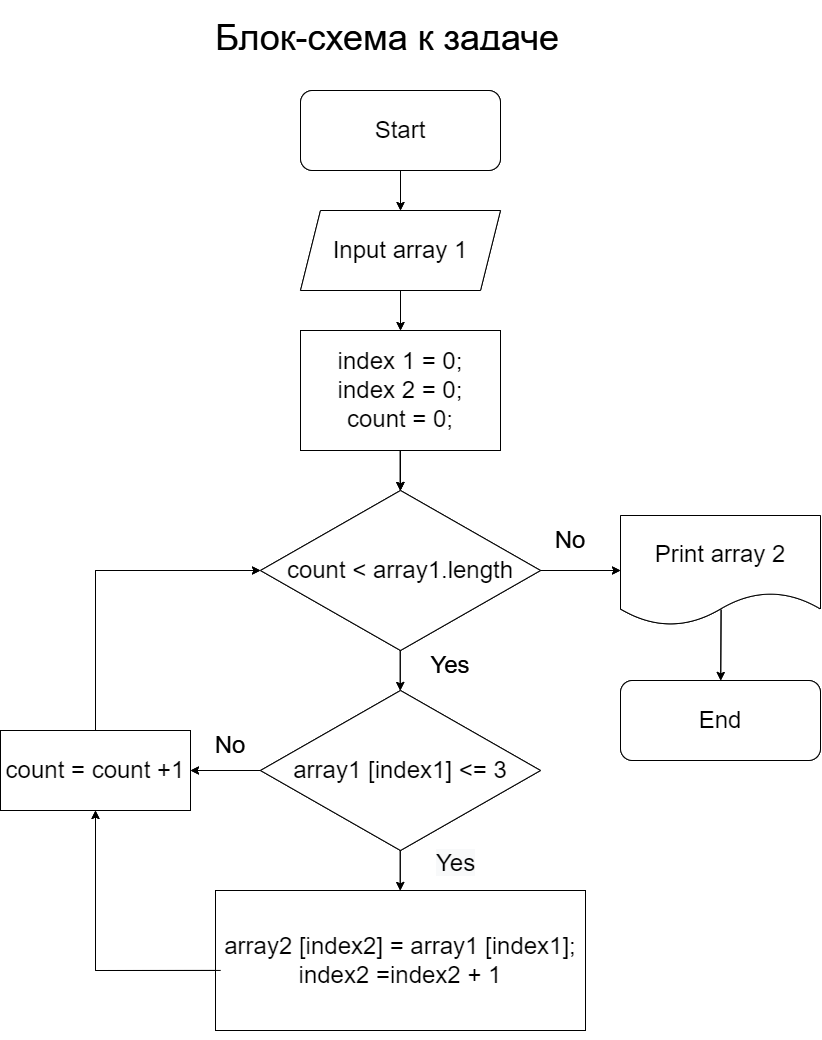
Above: blocks-diagram.png in NesterovEvgeniy/Exam (draw.io), before the change. Source tidied: cells renumbered, new cells last; positions are measured from the earlier drawing's top-left corner, leaving out a move shared by most shapes.
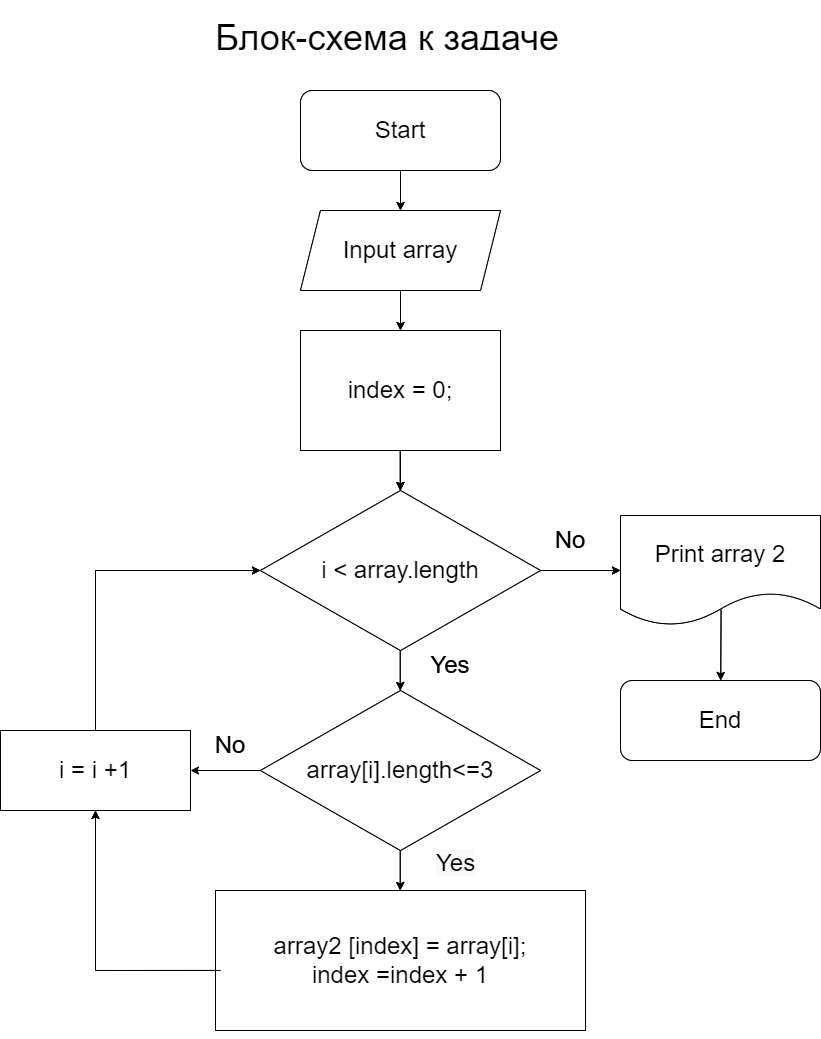
After the change.

Diff of the diagram source:
```diff
@@ -100,31 +100,25 @@
       <mxGeometry relative="1" as="geometry" />
     </mxCell>
     <mxCell id="28" value="Слой без названия" parent="0" />
-    <mxCell id="29" value="&lt;h1&gt;&lt;span style=&quot;background-color: initial; font-weight: normal;&quot;&gt;&lt;font style=&quot;font-size: 36px;&quot;&gt;Блок-схема к задаче&lt;/font&gt;&lt;/span&gt;&lt;br&gt;&lt;/h1&gt;" style="text;html=1;strokeColor=none;fillColor=none;spacing=5;spacingTop=-20;whiteSpace=wrap;overflow=hidden;rounded=0;" parent="28" vertex="1">
-      <mxGeometry x="210" width="440" height="40" as="geometry" />
-    </mxCell>
     <mxCell id="30" value="Start" style="rounded=1;whiteSpace=wrap;html=1;fontSize=24;" parent="28" vertex="1">
       <mxGeometry x="300" y="80" width="200" height="80" as="geometry" />
     </mxCell>
-    <mxCell id="31" value="Input array 1" style="shape=parallelogram;perimeter=parallelogramPerimeter;whiteSpace=wrap;html=1;fixedSize=1;fontSize=24;" parent="28" vertex="1">
+    <mxCell id="31" value="Input array" style="shape=parallelogram;perimeter=parallelogramPerimeter;whiteSpace=wrap;html=1;fixedSize=1;fontSize=24;" parent="28" vertex="1">
       <mxGeometry x="300" y="200" width="200" height="80" as="geometry" />
     </mxCell>
     <mxCell id="32" style="edgeStyle=orthogonalEdgeStyle;rounded=0;jettySize=auto;html=1;fontSize=24;" parent="28" edge="1" source="33" target="34">
       <mxGeometry relative="1" as="geometry" />
     </mxCell>
-    <mxCell id="33" value="index 1 = 0;&lt;br&gt;index 2 = 0;&lt;br&gt;count = 0;" style="rounded=0;whiteSpace=wrap;html=1;fontSize=24;" parent="28" vertex="1">
+    <mxCell id="33" value="index = 0;" style="rounded=0;whiteSpace=wrap;html=1;fontSize=24;" parent="28" vertex="1">
       <mxGeometry x="300" y="320" width="200" height="120" as="geometry" />
     </mxCell>
-    <mxCell id="34" value="count &amp;lt; array1.length" style="rhombus;whiteSpace=wrap;html=1;fontSize=24;" parent="28" vertex="1">
+    <mxCell id="34" value="i &amp;lt; array.length" style="rhombus;whiteSpace=wrap;html=1;fontSize=24;" parent="28" vertex="1">
       <mxGeometry x="260" y="480" width="280" height="160" as="geometry" />
     </mxCell>
-    <mxCell id="35" value="array1 [index1] &amp;lt;= 3" style="rhombus;whiteSpace=wrap;html=1;fontSize=24;" parent="28" vertex="1">
-      <mxGeometry x="260" y="680" width="280" height="160" as="geometry" />
-    </mxCell>
-    <mxCell id="36" value="array2 [index2] = array1 [index1];&lt;br&gt;index2 =index2 + 1" style="rounded=0;whiteSpace=wrap;html=1;fontSize=24;" parent="28" vertex="1">
+    <mxCell id="36" value="array2 [index] = array[i];&lt;br&gt;index =index + 1" style="rounded=0;whiteSpace=wrap;html=1;fontSize=24;" parent="28" vertex="1">
       <mxGeometry x="215" y="880" width="370" height="140" as="geometry" />
     </mxCell>
-    <mxCell id="37" value="count = count +1" style="rounded=0;whiteSpace=wrap;html=1;fontSize=24;" parent="28" vertex="1">
+    <mxCell id="37" value="i = i +1" style="rounded=0;whiteSpace=wrap;html=1;fontSize=24;" parent="28" vertex="1">
       <mxGeometry y="720" width="190" height="80" as="geometry" />
     </mxCell>
     <mxCell id="38" value="Print array 2" style="shape=document;whiteSpace=wrap;html=1;boundedLbl=1;fontSize=24;" parent="28" vertex="1">
@@ -173,9 +167,6 @@
     <mxCell id="46" style="edgeStyle=orthogonalEdgeStyle;rounded=0;orthogonalLoop=1;jettySize=auto;html=1;exitX=0.5;exitY=1;exitDx=0;exitDy=0;fontSize=24;" parent="28" edge="1" source="36" target="36">
       <mxGeometry relative="1" as="geometry" />
     </mxCell>
-    <mxCell id="47" style="endArrow=classic;html=1;rounded=0;fontSize=24;entryX=1;entryY=0.5;entryDx=0;entryDy=0;exitX=0;exitY=0.5;exitDx=0;exitDy=0;" parent="28" edge="1" source="35" target="37">
-      <mxGeometry relative="1" as="geometry" />
-    </mxCell>
     <mxCell id="48" style="endArrow=classic;html=1;rounded=0;fontSize=24;exitX=1;exitY=0.5;exitDx=0;exitDy=0;entryX=0;entryY=0.5;entryDx=0;entryDy=0;" parent="28" edge="1" source="34" target="38">
       <mxGeometry relative="1" as="geometry" />
     </mxCell>
@@ -197,5 +188,8 @@
     <mxCell id="54" value="&lt;span style=&quot;color: rgb(0, 0, 0); font-family: Helvetica; font-size: 24px; font-style: normal; font-variant-ligatures: normal; font-variant-caps: normal; font-weight: 400; letter-spacing: normal; orphans: 2; text-align: center; text-indent: 0px; text-transform: none; widows: 2; word-spacing: 0px; -webkit-text-stroke-width: 0px; background-color: rgb(248, 249, 250); text-decoration-thickness: initial; text-decoration-style: initial; text-decoration-color: initial; float: none; display: inline !important;&quot;&gt;Yes&lt;/span&gt;" style="text;whiteSpace=wrap;html=1;fontSize=36;shadow=0;" parent="28" vertex="1">
       <mxGeometry x="434" y="820" width="60" height="60" as="geometry" />
     </mxCell>
+    <mxCell id="55" value="array[i].length&amp;lt;=3" style="rhombus;whiteSpace=wrap;html=1;fontSize=24;" parent="28" vertex="1">
+      <mxGeometry x="260" y="680" width="280" height="160" as="geometry" />
+    </mxCell>
   </root>
 </mxGraphModel>
```
